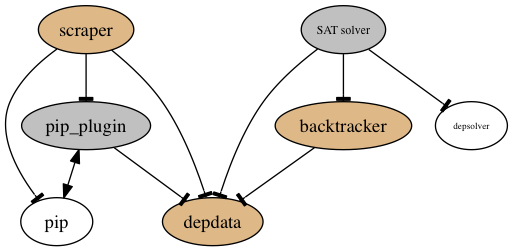
Before: docs/depresolve.png, a diagram exported from Graphviz (awwad/depresolve). Its source is kept beside it as docs/depresolve.dot.
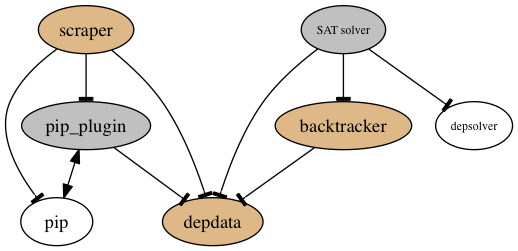
The same diagram one commit later.

The edit, as a diff of the source:
```diff
@@ -5,7 +5,7 @@
   pip [label="pip"]
   resolvability [label="backtracker",fillcolor="burlywood",style="filled"]
   depsolver_integrate [label="SAT solver",fillcolor="gray",style="filled",fontsize=9]
-  depsolver [label="depsolver",shape=ellipse,fontsize=7]
+  depsolver [label="depsolver",shape=ellipse,fontsize=9]
   pip_plugin [label="pip_plugin",fillcolor="gray",style="filled"]
 
 
```
